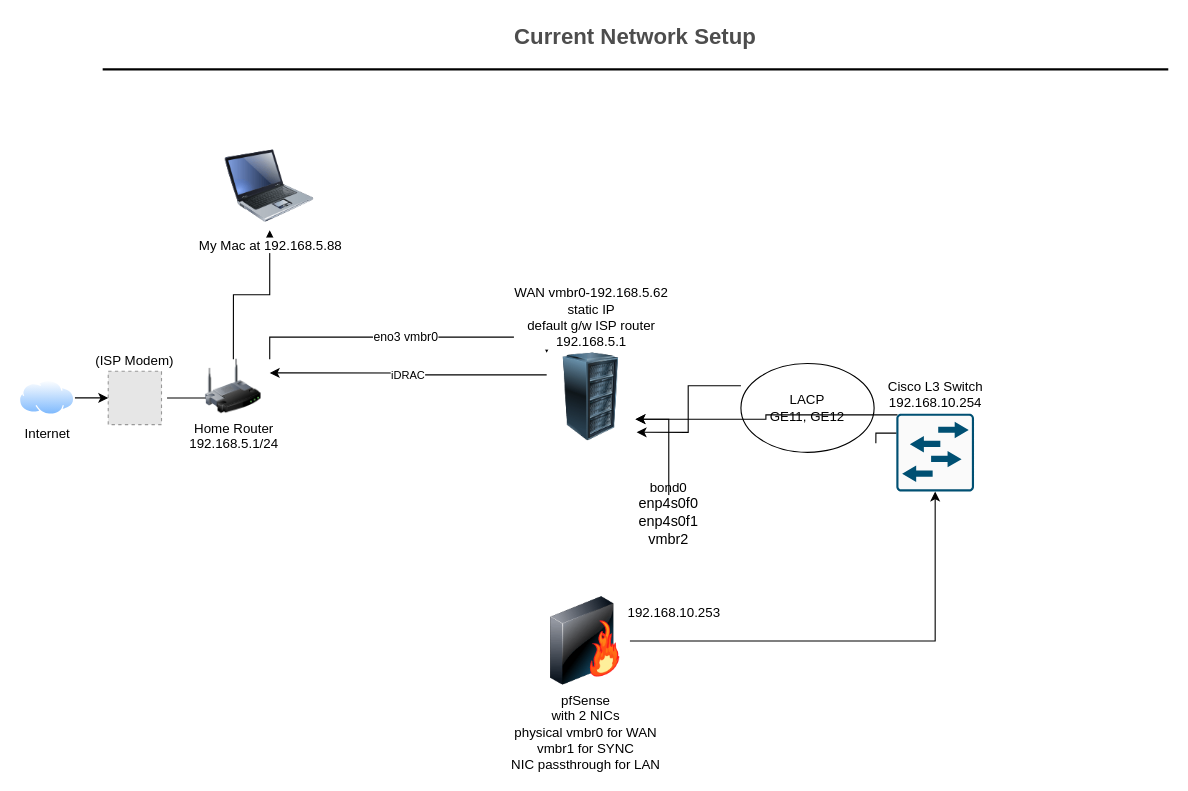
Earlier version of the draw.io diagram page "Copy of Page-1" (2 of 2) of Data/Current Simple Diagram.drawio (fahadshery/AnalyticsEdge). Source tidied: cells renumbered, new cells numbered last; positions are measured from the earlier drawing's top-left corner, leaving out a move shared by most shapes. Both pictures are drawn from the tidied source at 111%, with x=0, y=0 at pixel (19, 19). Pictures stored in the file or linked from it are replaced by grey dashed boxes.
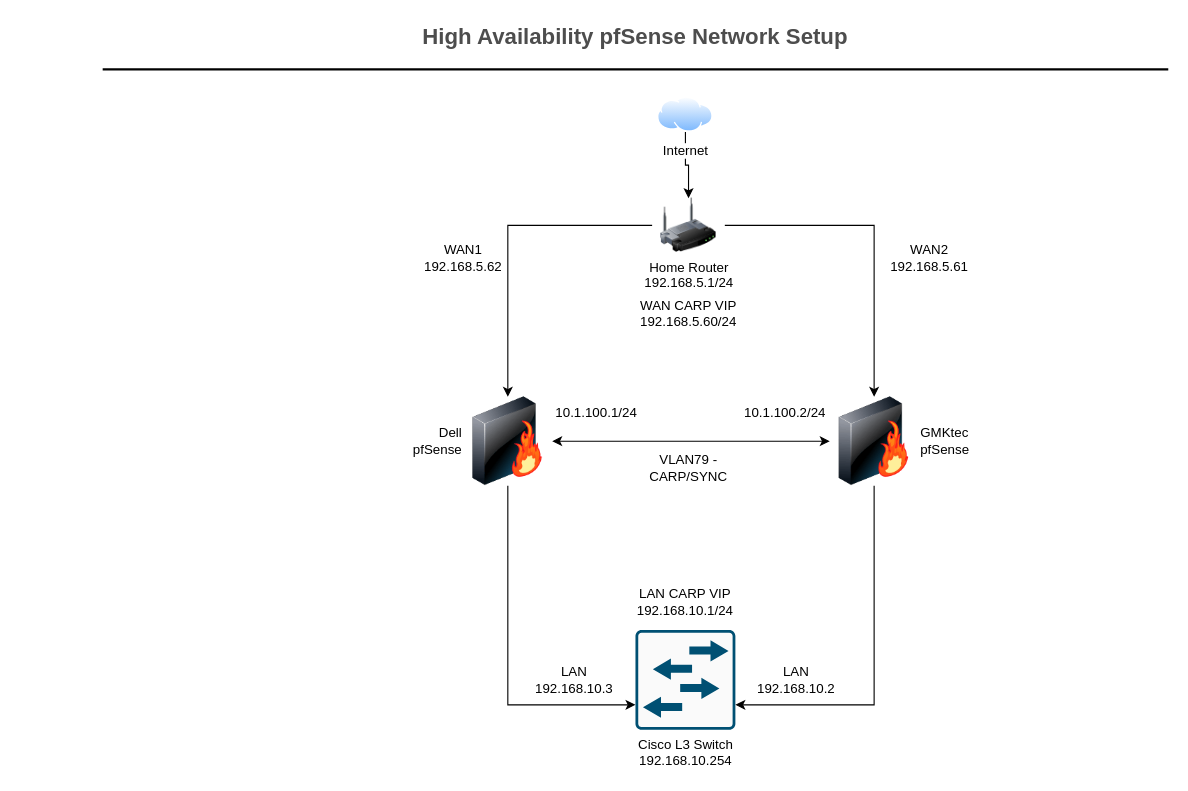
After the change.

What changed in the source:
```diff
@@
-    <mxCell id="2" style="jettySize=auto;html=1;curved=1;sourcePerimeterSpacing=5;targetPerimeterSpacing=5;" parent="1" edge="1" source="3">
-      <mxGeometry relative="1" as="geometry">
-        <mxPoint x="199.5" y="341" as="targetPoint" />
-      </mxGeometry>
-    </mxCell>
-    <mxCell id="3" value="(ISP Modem)" style="fillColor=#E6E6E6;strokeColor=#999999;dashed=1;verticalLabelPosition=top;verticalAlign=bottom;labelPosition=center;align=center;" parent="1" vertex="1">
-      <mxGeometry x="80" y="317" width="48" height="48" as="geometry" />
-    </mxCell>
-    <mxCell id="4" value="Current Network Setup" style="text;html=1;strokeColor=none;fillColor=none;align=center;verticalAlign=middle;whiteSpace=wrap;rounded=0;fontStyle=1;fontSize=20;fontColor=#4D4D4D;" parent="1" vertex="1">
+    <mxCell id="4" value="High Availability pfSense Network Setup" style="text;html=1;strokeColor=none;fillColor=none;align=center;verticalAlign=middle;whiteSpace=wrap;rounded=0;fontStyle=1;fontSize=20;fontColor=#4D4D4D;" parent="1" vertex="1">
       <mxGeometry x="160" width="790" height="30" as="geometry" />
     </mxCell>
@@
-    <mxCell id="6" style="edgeStyle=orthogonalEdgeStyle;rounded=0;jettySize=auto;html=1;exitX=1;exitY=0.5;exitDx=0;exitDy=0;entryX=0;entryY=0.5;entryDx=0;entryDy=0;" parent="1" edge="1" source="7" target="3">
-      <mxGeometry relative="1" as="geometry" />
-    </mxCell>
+    <mxCell id="24" style="edgeStyle=orthogonalEdgeStyle;rounded=0;jettySize=auto;html=1;" parent="1" edge="1" source="7" target="11">
+      <mxGeometry relative="1" as="geometry" />
+    </mxCell>
     <mxCell id="7" value="Internet" style="perimeter=ellipsePerimeter;html=1;align=center;shadow=0;dashed=0;spacingTop=3;image;image=img/lib/active_directory/internet_cloud.svg;" parent="1" vertex="1">
-      <mxGeometry y="325.2" width="50" height="31.5" as="geometry" />
+      <mxGeometry x="575" y="70" width="50" height="31.5" as="geometry" />
     </mxCell>
-    <mxCell id="8" style="edgeStyle=orthogonalEdgeStyle;rounded=0;jettySize=auto;html=1;exitX=0.5;exitY=0;exitDx=0;exitDy=0;" parent="1" edge="1" source="11" target="16">
-      <mxGeometry relative="1" as="geometry" />
-    </mxCell>
-    <mxCell id="9" value="iDRAC" style="edgeStyle=orthogonalEdgeStyle;rounded=0;jettySize=auto;html=1;exitX=1;exitY=0.25;exitDx=0;exitDy=0;entryX=0;entryY=0.25;entryDx=0;entryDy=0;fontSize=10;endArrow=none;endFill=0;startArrow=classic;startFill=1;" parent="1" edge="1" source="11" target="15">
-      <mxGeometry relative="1" as="geometry" />
-    </mxCell>
-    <mxCell id="10" value="eno3 vmbr0" style="edgeStyle=orthogonalEdgeStyle;rounded=0;jettySize=auto;html=1;exitX=1;exitY=0;exitDx=0;exitDy=0;entryX=0;entryY=0;entryDx=0;entryDy=0;" parent="1" edge="1" source="11" target="15">
-      <mxGeometry relative="1" as="geometry" />
-    </mxCell>
+    <mxCell id="25" style="edgeStyle=orthogonalEdgeStyle;rounded=0;jettySize=auto;html=1;entryX=0.5;entryY=0;entryDx=0;entryDy=0;" parent="1" edge="1" source="11" target="22">
+      <mxGeometry relative="1" as="geometry" />
+    </mxCell>
+    <mxCell id="26" style="edgeStyle=orthogonalEdgeStyle;rounded=0;jettySize=auto;html=1;entryX=0.5;entryY=0;entryDx=0;entryDy=0;" parent="1" edge="1" source="11" target="30">
+      <mxGeometry relative="1" as="geometry" />
+    </mxCell>
     <mxCell id="11" value="Home Router&lt;br&gt;192.168.5.1/24&lt;br&gt;" style="image;html=1;image=img/lib/clip_art/networking/Wireless_Router_128x128.png;" parent="1" vertex="1">
-      <mxGeometry x="160" y="306.2" width="65.5" height="49" as="geometry" />
+      <mxGeometry x="570" y="161" width="65.5" height="49" as="geometry" />
     </mxCell>
-    <mxCell id="12" style="edgeStyle=orthogonalEdgeStyle;rounded=0;jettySize=auto;html=1;exitX=0.015;exitY=0.015;exitDx=0;exitDy=0;exitPerimeter=0;entryX=1;entryY=0.75;entryDx=0;entryDy=0;" parent="1" edge="1" source="14" target="15">
-      <mxGeometry relative="1" as="geometry" />
-    </mxCell>
-    <mxCell id="13" style="edgeStyle=orthogonalEdgeStyle;rounded=0;jettySize=auto;html=1;exitX=0;exitY=0.25;exitDx=0;exitDy=0;exitPerimeter=0;entryX=1.013;entryY=0.897;entryDx=0;entryDy=0;entryPerimeter=0;startArrow=none;" parent="1" edge="1" source="19" target="15">
-      <mxGeometry relative="1" as="geometry" />
-    </mxCell>
-    <mxCell id="14" value="Cisco L3 Switch&lt;br&gt;192.168.10.254&lt;br&gt;" style="sketch=0;points=[[0.015,0.015,0],[0.985,0.015,0],[0.985,0.985,0],[0.015,0.985,0],[0.25,0,0],[0.5,0,0],[0.75,0,0],[1,0.25,0],[1,0.5,0],[1,0.75,0],[0.75,1,0],[0.5,1,0],[0.25,1,0],[0,0.75,0],[0,0.5,0],[0,0.25,0]];verticalLabelPosition=top;html=1;verticalAlign=bottom;align=center;shape=mxgraph.cisco19.rect;prIcon=l2_switch;fillColor=#FAFAFA;strokeColor=#005073;labelPosition=center;" parent="1" vertex="1">
-      <mxGeometry x="790" y="355.2" width="70" height="70" as="geometry" />
+    <mxCell id="14" value="Cisco L3 Switch&lt;br&gt;192.168.10.254&lt;br&gt;" style="sketch=0;points=[[0.015,0.015,0],[0.985,0.015,0],[0.985,0.985,0],[0.015,0.985,0],[0.25,0,0],[0.5,0,0],[0.75,0,0],[1,0.25,0],[1,0.5,0],[1,0.75,0],[0.75,1,0],[0.5,1,0],[0.25,1,0],[0,0.75,0],[0,0.5,0],[0,0.25,0]];verticalLabelPosition=bottom;html=1;verticalAlign=top;align=center;shape=mxgraph.cisco19.rect;prIcon=l2_switch;fillColor=#FAFAFA;strokeColor=#005073;labelPosition=center;" parent="1" vertex="1">
+      <mxGeometry x="555" y="550" width="90" height="90" as="geometry" />
     </mxCell>
-    <mxCell id="15" value="&lt;br&gt;WAN vmbr0-192.168.5.62&lt;br&gt;static IP&lt;br&gt;default g/w ISP router&lt;br&gt;192.168.5.1" style="image;image=img/lib/clip_art/computers/Server_Rack_128x128.png;html=1;flipV=0;flipH=0;labelPosition=center;verticalLabelPosition=top;align=center;verticalAlign=bottom;" parent="1" vertex="1">
-      <mxGeometry x="475" y="300.2" width="80" height="80" as="geometry" />
-    </mxCell>
-    <mxCell id="16" value="My Mac at 192.168.5.88" style="image;html=1;image=img/lib/clip_art/computers/Laptop_128x128.png;" parent="1" vertex="1">
-      <mxGeometry x="185.5" y="110" width="80" height="80" as="geometry" />
-    </mxCell>
-    <mxCell id="17" style="edgeStyle=orthogonalEdgeStyle;rounded=0;jettySize=auto;html=1;entryX=1;entryY=0.75;entryDx=0;entryDy=0;" parent="1" edge="1" source="18" target="15">
-      <mxGeometry relative="1" as="geometry" />
-    </mxCell>
-    <mxCell id="18" value="bond0&lt;br&gt;&lt;span style=&quot;text-align: start; font-family: helvetica, arial, verdana, sans-serif; font-size: 13px; background-color: rgb(255, 255, 255);&quot;&gt;enp4s0f0&lt;br&gt;&lt;/span&gt;&lt;span style=&quot;text-align: start; font-family: helvetica, arial, verdana, sans-serif; font-size: 13px; background-color: rgb(255, 255, 255);&quot;&gt;enp4s0f1&lt;br&gt;vmbr2&lt;br&gt;&lt;/span&gt;" style="text;html=1;strokeColor=none;fillColor=none;align=center;verticalAlign=middle;whiteSpace=wrap;rounded=0;" parent="1" vertex="1">
-      <mxGeometry x="555" y="430" width="60" height="30" as="geometry" />
-    </mxCell>
-    <mxCell id="19" value="LACP&lt;br&gt;GE11, GE12" style="ellipse;whiteSpace=wrap;html=1;fillColor=none;" parent="1" vertex="1">
-      <mxGeometry x="650" y="310" width="120" height="80" as="geometry" />
-    </mxCell>
-    <mxCell id="20" style="edgeStyle=orthogonalEdgeStyle;rounded=0;jettySize=auto;html=1;exitX=0;exitY=0.25;exitDx=0;exitDy=0;exitPerimeter=0;entryX=1.013;entryY=0.897;entryDx=0;entryDy=0;entryPerimeter=0;endArrow=none;" parent="1" edge="1" source="14" target="19">
-      <mxGeometry relative="1" as="geometry" />
-    </mxCell>
-    <mxCell id="21" style="edgeStyle=orthogonalEdgeStyle;rounded=0;jettySize=auto;html=1;flowAnimation=1;" parent="1" edge="1" source="22" target="14">
-      <mxGeometry relative="1" as="geometry" />
-    </mxCell>
+    <mxCell id="27" style="edgeStyle=orthogonalEdgeStyle;rounded=0;jettySize=auto;html=1;entryX=0;entryY=0.5;entryDx=0;entryDy=0;startArrow=classic;startFill=1;flowAnimation=1;" parent="1" edge="1" source="22" target="30">
+      <mxGeometry relative="1" as="geometry" />
+    </mxCell>
-    <mxCell id="22" value="pfSense&lt;br&gt;with 2 NICs&lt;br&gt;physical vmbr0 for WAN&lt;br&gt;vmbr1 for SYNC&lt;br&gt;NIC passthrough for LAN" style="image;html=1;image=img/lib/clip_art/networking/Firewall-page1_128x128.png;" parent="1" vertex="1">
-      <mxGeometry x="470" y="520" width="80" height="80" as="geometry" />
+    <mxCell id="22" value="Dell&lt;br&gt;pfSense" style="image;html=1;image=img/lib/clip_art/networking/Firewall-page1_128x128.png;labelPosition=left;verticalLabelPosition=middle;align=right;verticalAlign=middle;" parent="1" vertex="1">
+      <mxGeometry x="400" y="340" width="80" height="80" as="geometry" />
     </mxCell>
-    <mxCell id="23" value="192.168.10.253" style="text;html=1;strokeColor=none;fillColor=none;align=center;verticalAlign=middle;whiteSpace=wrap;rounded=0;" parent="1" vertex="1">
-      <mxGeometry x="560" y="520" width="60" height="30" as="geometry" />
+    <mxCell id="23" value="LAN 192.168.10.2" style="text;html=1;strokeColor=none;fillColor=none;align=center;verticalAlign=middle;whiteSpace=wrap;rounded=0;" parent="1" vertex="1">
+      <mxGeometry x="670" y="580" width="60" height="30" as="geometry" />
     </mxCell>
+    <mxCell id="28" value="WAN2&lt;br&gt;192.168.5.61" style="text;html=1;strokeColor=none;fillColor=none;align=center;verticalAlign=middle;whiteSpace=wrap;rounded=0;" parent="1" vertex="1">
+      <mxGeometry x="790" y="200" width="60" height="30" as="geometry" />
+    </mxCell>
+    <mxCell id="29" value="LAN 192.168.10.3" style="text;html=1;strokeColor=none;fillColor=none;align=center;verticalAlign=middle;whiteSpace=wrap;rounded=0;" parent="1" vertex="1">
+      <mxGeometry x="470" y="580" width="60" height="30" as="geometry" />
+    </mxCell>
+    <mxCell id="30" value="GMKtec&lt;br&gt;pfSense" style="image;html=1;image=img/lib/clip_art/networking/Firewall-page1_128x128.png;labelPosition=right;verticalLabelPosition=middle;align=left;verticalAlign=middle;" parent="1" vertex="1">
+      <mxGeometry x="730" y="340" width="80" height="80" as="geometry" />
+    </mxCell>
+    <mxCell id="31" value="WAN1&lt;br&gt;192.168.5.62" style="text;html=1;strokeColor=none;fillColor=none;align=center;verticalAlign=middle;whiteSpace=wrap;rounded=0;" parent="1" vertex="1">
+      <mxGeometry x="370" y="200" width="60" height="30" as="geometry" />
+    </mxCell>
+    <mxCell id="32" style="edgeStyle=orthogonalEdgeStyle;rounded=0;jettySize=auto;html=1;entryX=1;entryY=0.75;entryDx=0;entryDy=0;entryPerimeter=0;exitX=0.5;exitY=1;exitDx=0;exitDy=0;" parent="1" edge="1" source="30" target="14">
+      <mxGeometry relative="1" as="geometry" />
+    </mxCell>
+    <mxCell id="21" style="edgeStyle=orthogonalEdgeStyle;rounded=0;jettySize=auto;html=1;entryX=0;entryY=0.75;entryDx=0;entryDy=0;entryPerimeter=0;exitX=0.5;exitY=1;exitDx=0;exitDy=0;" parent="1" edge="1" source="22" target="14">
+      <mxGeometry relative="1" as="geometry" />
+    </mxCell>
+    <mxCell id="33" value="VLAN79 - CARP/SYNC" style="text;html=1;strokeColor=none;fillColor=none;align=center;verticalAlign=middle;whiteSpace=wrap;rounded=0;" parent="1" vertex="1">
+      <mxGeometry x="572.8" y="389" width="60" height="30" as="geometry" />
+    </mxCell>
+    <mxCell id="34" value="10.1.100.1/24" style="text;html=1;strokeColor=none;fillColor=none;align=center;verticalAlign=middle;whiteSpace=wrap;rounded=0;" parent="1" vertex="1">
+      <mxGeometry x="490" y="340" width="60" height="30" as="geometry" />
+    </mxCell>
+    <mxCell id="35" value="10.1.100.2/24" style="text;html=1;strokeColor=none;fillColor=none;align=center;verticalAlign=middle;whiteSpace=wrap;rounded=0;" parent="1" vertex="1">
+      <mxGeometry x="660" y="340" width="60" height="30" as="geometry" />
+    </mxCell>
+    <mxCell id="36" value="LAN CARP VIP 192.168.10.1/24" style="text;html=1;strokeColor=none;fillColor=none;align=center;verticalAlign=middle;whiteSpace=wrap;rounded=0;" parent="1" vertex="1">
+      <mxGeometry x="570" y="510" width="60" height="30" as="geometry" />
+    </mxCell>
+    <mxCell id="37" value="WAN CARP VIP 192.168.5.60/24" style="text;html=1;strokeColor=none;fillColor=none;align=center;verticalAlign=middle;whiteSpace=wrap;rounded=0;" parent="1" vertex="1">
+      <mxGeometry x="572.8" y="250" width="60" height="30" as="geometry" />
+    </mxCell>
```
